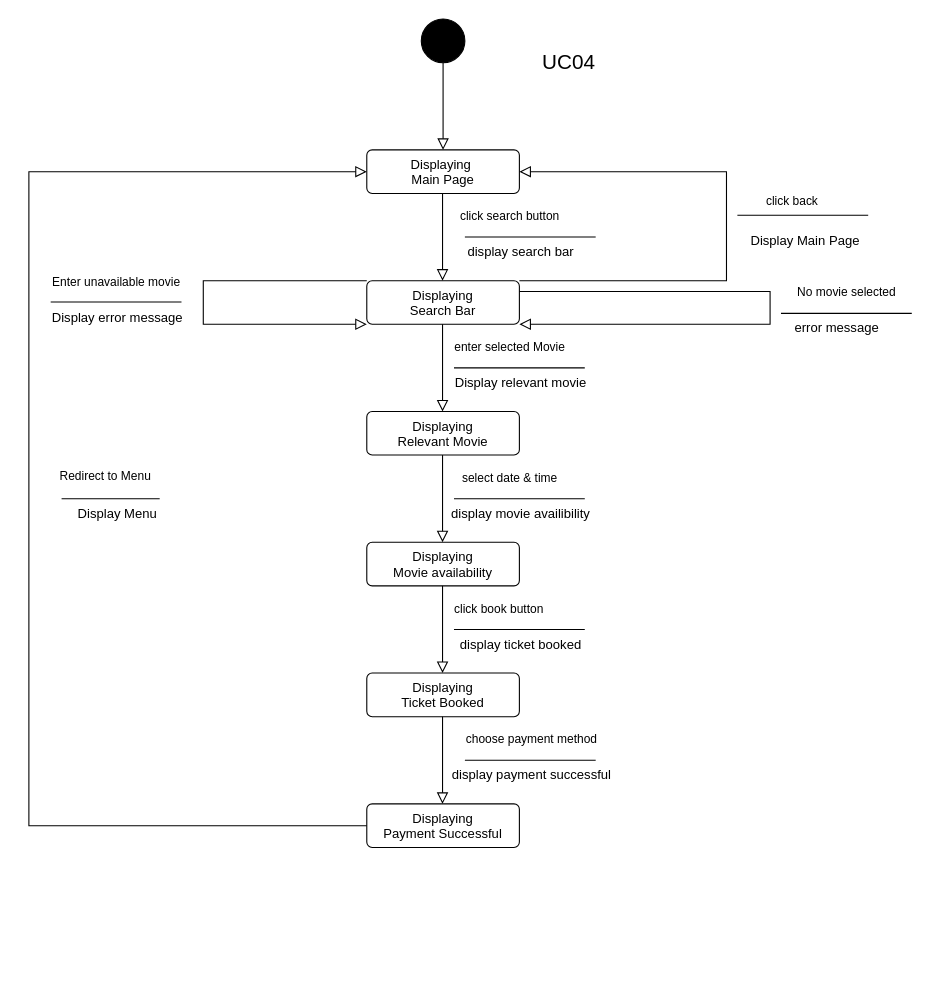
The draw.io diagram Use case 4.drawio in AbdulmoizTalpur/Tutorial-week-3, before the edit. Source tidied: cells renumbered, new cells numbered last; positions are measured from the earlier drawing's top-left corner, leaving out a move shared by most shapes. Both pictures are drawn from the tidied source at 109%, with x=0, y=0 at pixel (28, 19).
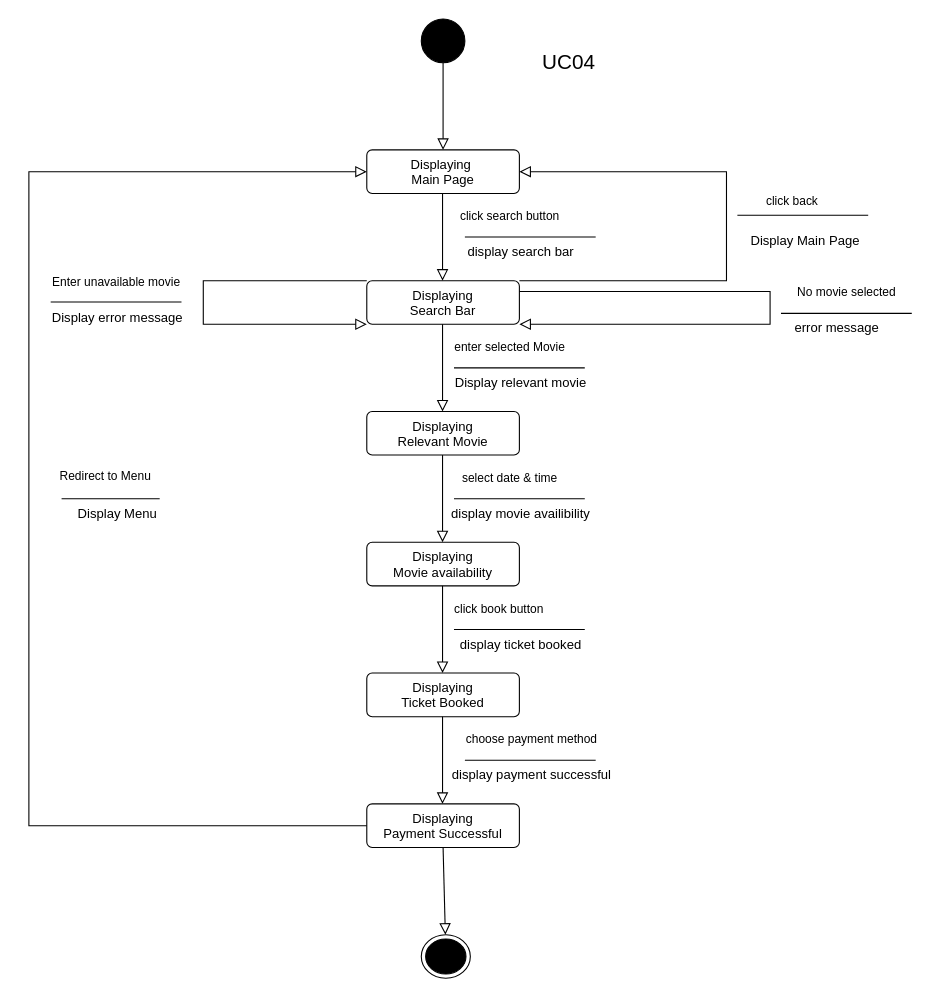
The same diagram, later.

Unchanged cells that the change refers to:
```xml
<mxCell id="20" value="Displaying&lt;br&gt;Payment Successful" style="html=1;align=center;verticalAlign=top;rounded=1;absoluteArcSize=1;arcSize=10;dashed=0;whiteSpace=wrap;" parent="1" vertex="1">
  <mxGeometry x="310" y="720" width="140" height="40" as="geometry" />
</mxCell>
```

Diff of the diagram source:
```diff
@@
+    <mxCell id="39" style="endArrow=block;html=1;rounded=0;align=center;verticalAlign=bottom;endFill=0;labelBackgroundColor=none;endSize=8;exitX=0.5;exitY=1;exitDx=0;exitDy=0;" parent="1" edge="1" source="20" target="41">
+      <mxGeometry relative="1" as="geometry" />
+    </mxCell>
+    <mxCell id="40" style="html=1;align=center;verticalAlign=top;labelBackgroundColor=none;" parent="39" vertex="1">
+      <mxGeometry relative="1" as="geometry" />
+    </mxCell>
+    <mxCell id="41" style="ellipse;html=1;shape=endState;fillColor=strokeColor;" parent="1" vertex="1">
+      <mxGeometry x="360" y="840" width="45" height="40" as="geometry" />
+    </mxCell>
```
